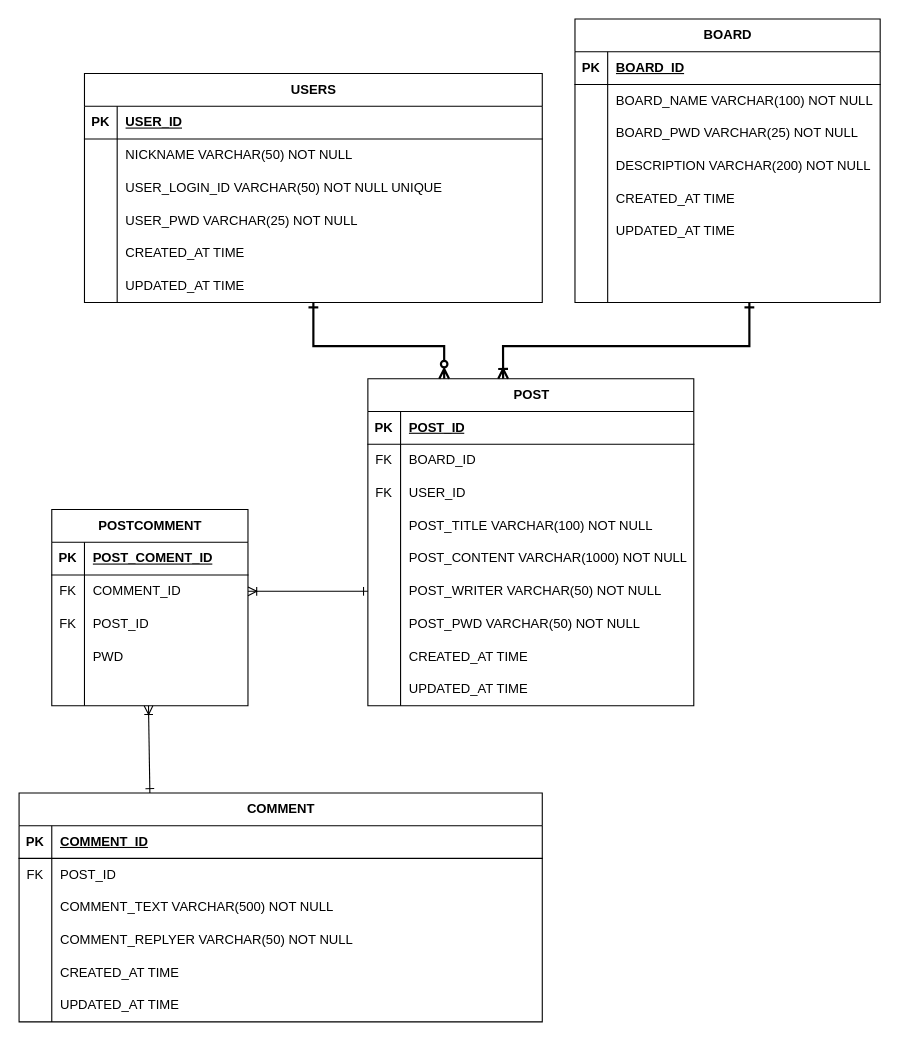
Before: dev-kor-erd.drawio in choiminwoo2/data-storage, a draw.io diagram. Source tidied: cells renumbered, new cells numbered last; positions are measured from the earlier drawing's top-left corner, leaving out a move shared by most shapes. Both pictures are drawn from the tidied source at 109%, with x=0, y=0 at pixel (19, 19).
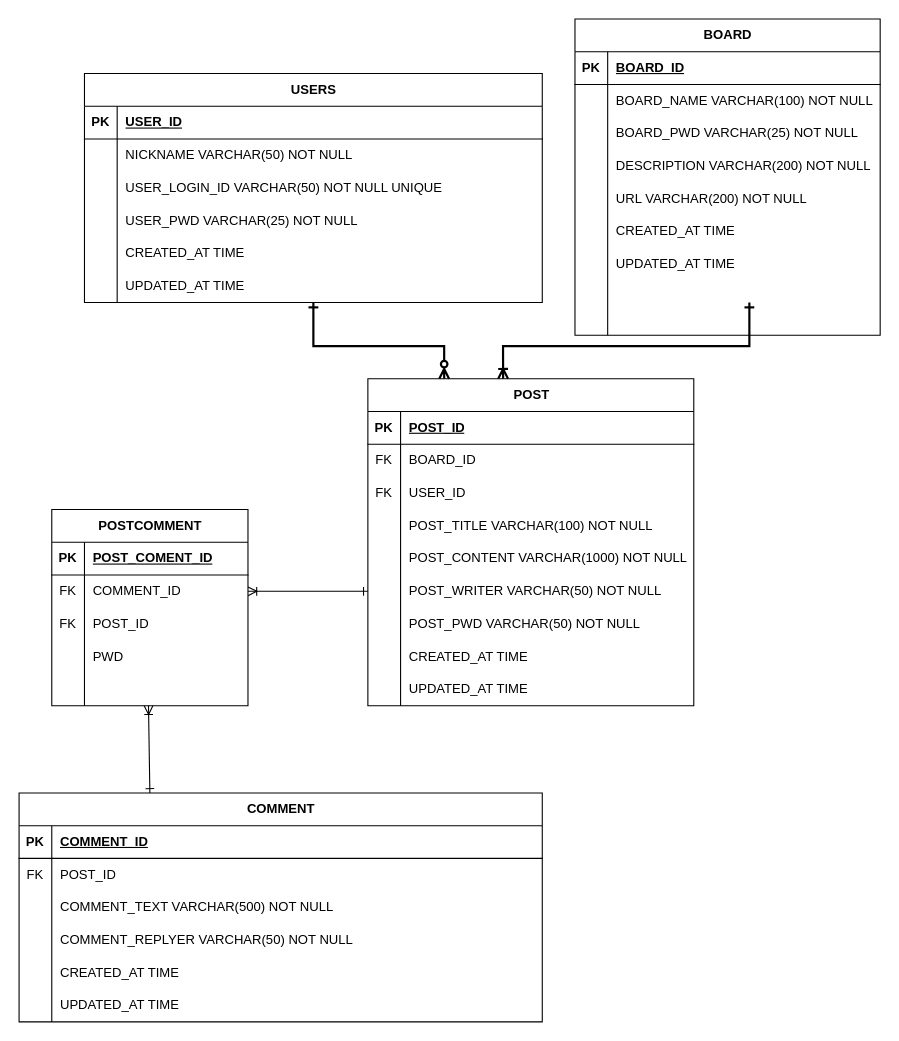
The same diagram, later.

Change to the diagram source:
```diff
@@
     <mxCell id="30" value="BOARD" style="shape=table;startSize=30;childLayout=tableLayout;rowLines=0;fontStyle=1;align=center;html=1;" parent="1" vertex="1">
-      <mxGeometry x="510" width="280" height="260" as="geometry" />
+      <mxGeometry x="510" width="280" height="290" as="geometry" />
     </mxCell>
@@
+    <mxCell id="113" style="shape=tableRow;horizontal=0;startSize=0;swimlaneHead=0;swimlaneBody=0;fillColor=none;top=0;left=0;right=0;bottom=0;" parent="30" vertex="1">
+      <mxGeometry y="150" width="280" height="30" as="geometry" />
+    </mxCell>
+    <mxCell id="114" style="shape=partialRectangle;fillColor=none;top=0;left=0;bottom=0;right=0;overflow=hidden;whiteSpace=wrap;html=1;" parent="113" vertex="1">
+      <mxGeometry width="30" height="30" as="geometry" />
+    </mxCell>
+    <mxCell id="115" value="URL VARCHAR(200) NOT NULL" style="shape=partialRectangle;fillColor=none;top=0;left=0;bottom=0;right=0;align=left;spacingLeft=6;overflow=hidden;whiteSpace=wrap;html=1;" parent="113" vertex="1">
+      <mxGeometry x="30" width="250" height="30" as="geometry" />
+    </mxCell>
     <mxCell id="43" style="shape=tableRow;horizontal=0;startSize=0;swimlaneHead=0;swimlaneBody=0;fillColor=none;top=0;left=0;right=0;bottom=0;" parent="30" vertex="1">
-      <mxGeometry y="150" width="280" height="30" as="geometry" />
+      <mxGeometry y="180" width="280" height="30" as="geometry" />
     </mxCell>
@@
     <mxCell id="46" style="shape=tableRow;horizontal=0;startSize=0;swimlaneHead=0;swimlaneBody=0;fillColor=none;top=0;left=0;right=0;bottom=0;" parent="30" vertex="1">
-      <mxGeometry y="180" width="280" height="30" as="geometry" />
+      <mxGeometry y="210" width="280" height="30" as="geometry" />
     </mxCell>
@@
     <mxCell id="49" style="shape=tableRow;horizontal=0;startSize=0;swimlaneHead=0;swimlaneBody=0;fillColor=none;top=0;left=0;right=0;bottom=0;" parent="30" vertex="1">
-      <mxGeometry y="210" width="280" height="30" as="geometry" />
+      <mxGeometry y="240" width="280" height="30" as="geometry" />
     </mxCell>
@@
     <mxCell id="52" style="shape=tableRow;horizontal=0;startSize=0;swimlaneHead=0;swimlaneBody=0;fillColor=none;top=0;left=0;right=0;bottom=0;" parent="30" vertex="1">
-      <mxGeometry y="240" width="280" height="20" as="geometry" />
+      <mxGeometry y="270" width="280" height="20" as="geometry" />
     </mxCell>
```
